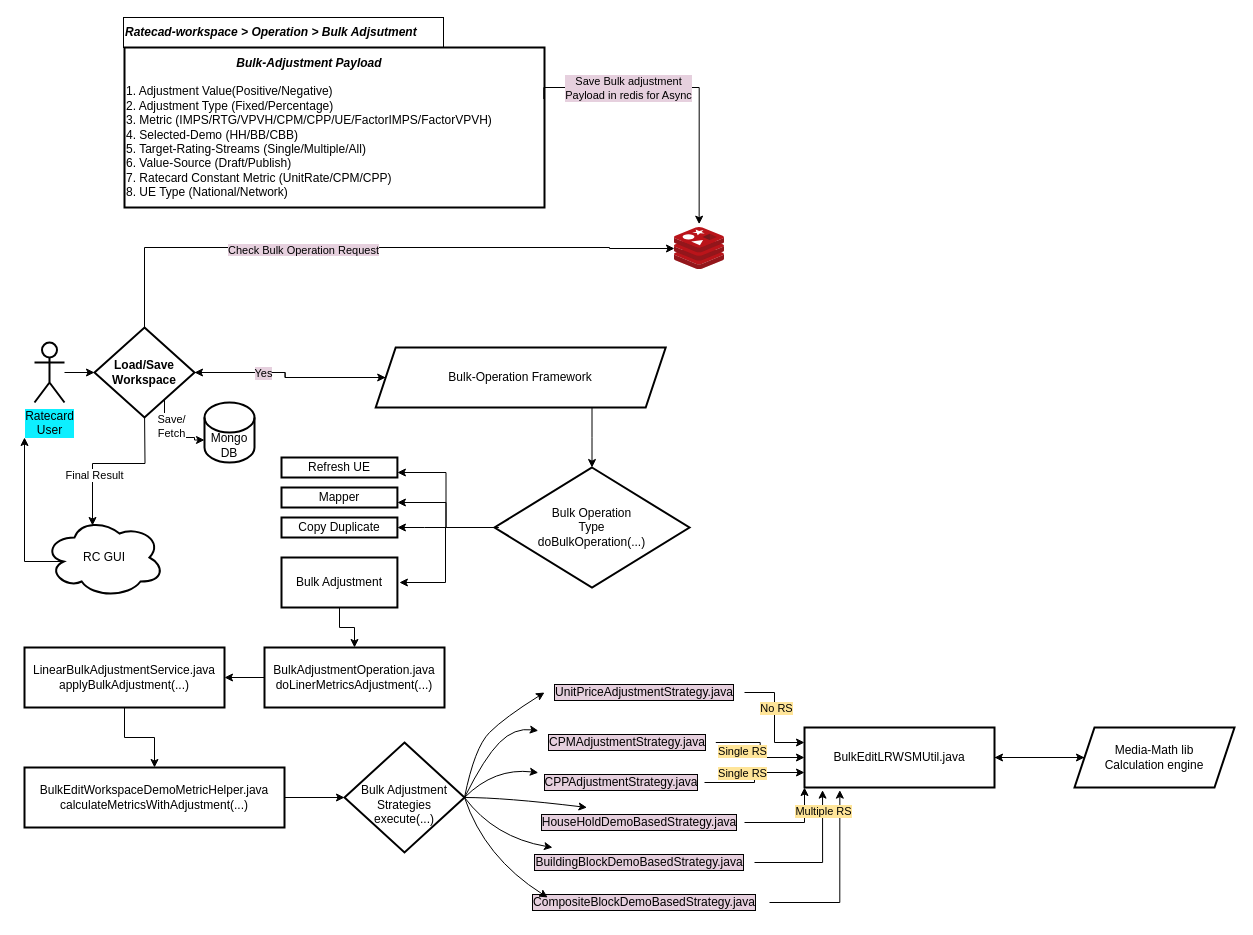
Before: BulkAdjustment.drawio in rishant/draw.io, a draw.io diagram. Source tidied: cells renumbered, new cells numbered last; positions are measured from the earlier drawing's top-left corner, leaving out a move shared by most shapes. Both pictures are drawn from the tidied source at 100%, with x=0, y=0 at pixel (24, 17).
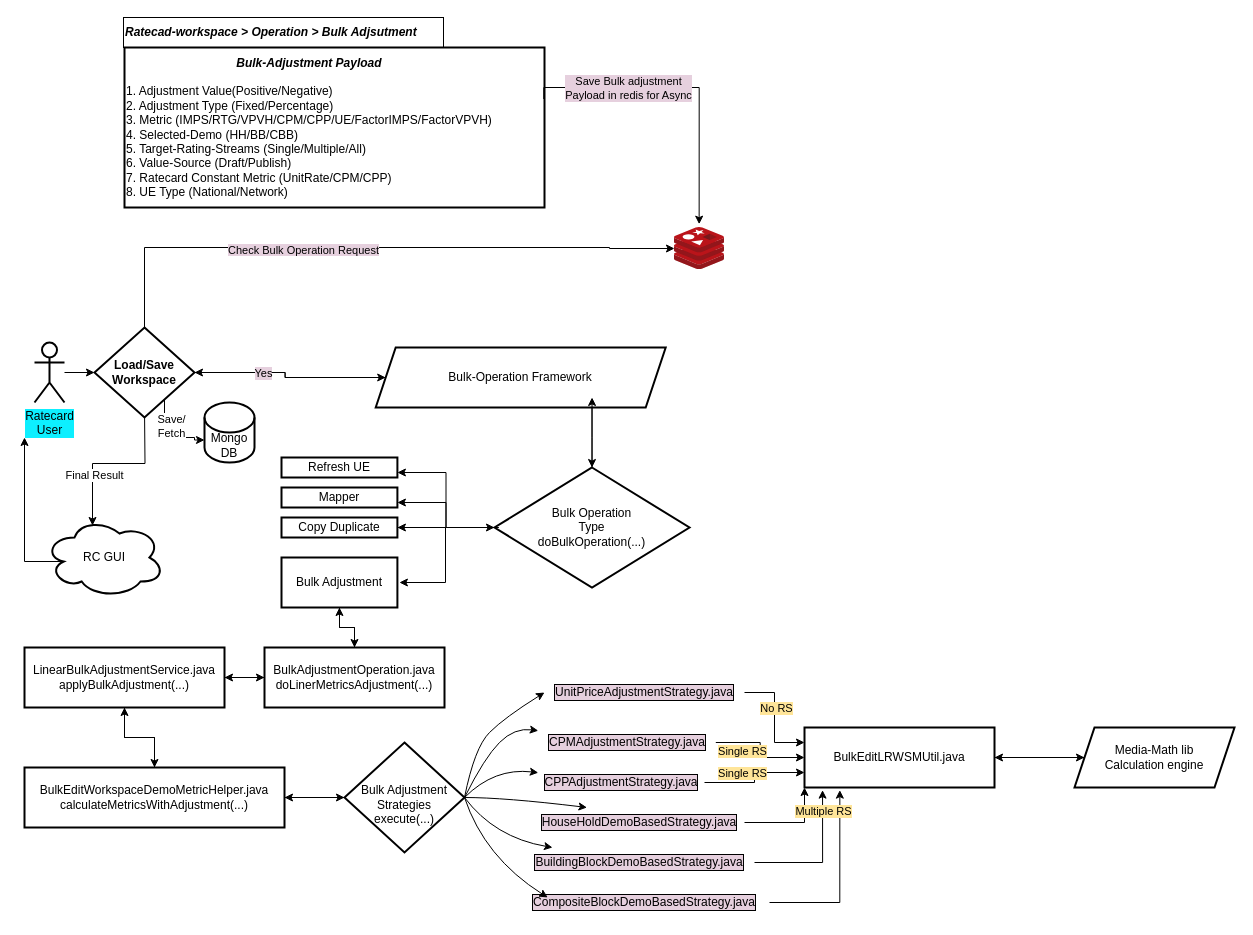
The same diagram, later.

The change refers to these unchanged cells:
```xml
<mxCell id="8" value="Bulk-Operation Framework" style="shape=parallelogram;perimeter=parallelogramPerimeter;whiteSpace=wrap;html=1;fixedSize=1;rounded=0;strokeColor=default;strokeWidth=2;" parent="1" vertex="1">
  <mxGeometry x="351.2" y="330" width="290" height="60" as="geometry" />
</mxCell>
<mxCell id="12" value="Bulk Operation&lt;br&gt;Type&lt;br&gt;doBulkOperation(...)" style="rhombus;whiteSpace=wrap;html=1;rounded=0;strokeColor=default;strokeWidth=2;" parent="1" vertex="1">
  <mxGeometry x="470" y="450" width="195" height="120" as="geometry" />
</mxCell>
<mxCell id="29" value="BulkAdjustmentOperation.java&lt;br&gt;doLinerMetricsAdjustment(...)" style="rounded=0;whiteSpace=wrap;html=1;labelBackgroundColor=none;strokeColor=default;strokeWidth=2;" parent="1" vertex="1">
  <mxGeometry x="240" y="630" width="180" height="60" as="geometry" />
</mxCell>
<mxCell id="31" value="LinearBulkAdjustmentService.java&lt;br&gt;applyBulkAdjustment(...)" style="rounded=0;whiteSpace=wrap;html=1;labelBackgroundColor=none;strokeColor=default;strokeWidth=2;" parent="1" vertex="1">
  <mxGeometry y="630" width="200" height="60" as="geometry" />
</mxCell>
<mxCell id="33" value="BulkEditWorkspaceDemoMetricHelper.java&lt;br&gt;calculateMetricsWithAdjustment(...)" style="rounded=0;whiteSpace=wrap;html=1;labelBackgroundColor=none;strokeColor=default;strokeWidth=2;" parent="1" vertex="1">
  <mxGeometry y="750" width="260" height="60" as="geometry" />
</mxCell>
<mxCell id="34" value="&lt;br&gt;Bulk Adjustment&lt;br&gt;Strategies&lt;br&gt;execute(...)" style="rhombus;whiteSpace=wrap;html=1;rounded=0;labelBackgroundColor=none;strokeColor=default;strokeWidth=2;" parent="1" vertex="1">
  <mxGeometry x="320" y="725" width="120" height="110" as="geometry" />
</mxCell>
<mxCell id="63" value="Copy Duplicate" style="rounded=0;whiteSpace=wrap;html=1;labelBackgroundColor=none;strokeColor=default;strokeWidth=2;" parent="59" vertex="1">
  <mxGeometry y="60" width="115.9" height="20" as="geometry" />
</mxCell>
<mxCell id="64" value="Bulk Adjustment" style="rounded=0;whiteSpace=wrap;html=1;labelBackgroundColor=none;strokeColor=default;strokeWidth=2;" parent="59" vertex="1">
  <mxGeometry y="100" width="115.9" height="50" as="geometry" />
</mxCell>
```

The edit, as a diff of the source:
```diff
@@
+    <mxCell id="68" style="edgeStyle=orthogonalEdgeStyle;rounded=0;jettySize=auto;html=1;entryX=0.746;entryY=0.833;entryDx=0;entryDy=0;entryPerimeter=0;labelBackgroundColor=#E6D0DE;" parent="1" edge="1" source="12" target="8">
+      <mxGeometry relative="1" as="geometry" />
+    </mxCell>
@@
+    <mxCell id="69" style="edgeStyle=orthogonalEdgeStyle;rounded=0;jettySize=auto;html=1;entryX=0.5;entryY=1;entryDx=0;entryDy=0;labelBackgroundColor=#E6D0DE;" parent="1" edge="1" source="29" target="64">
+      <mxGeometry relative="1" as="geometry" />
+    </mxCell>
@@
+    <mxCell id="70" style="edgeStyle=orthogonalEdgeStyle;rounded=0;jettySize=auto;html=1;entryX=0;entryY=0.5;entryDx=0;entryDy=0;labelBackgroundColor=#E6D0DE;" parent="1" edge="1" source="31" target="29">
+      <mxGeometry relative="1" as="geometry" />
+    </mxCell>
@@
+    <mxCell id="71" style="edgeStyle=orthogonalEdgeStyle;rounded=0;jettySize=auto;html=1;entryX=0.5;entryY=1;entryDx=0;entryDy=0;labelBackgroundColor=#E6D0DE;" parent="1" edge="1" source="33" target="31">
+      <mxGeometry relative="1" as="geometry" />
+    </mxCell>
@@
+    <mxCell id="72" style="edgeStyle=orthogonalEdgeStyle;rounded=0;jettySize=auto;html=1;entryX=1;entryY=0.5;entryDx=0;entryDy=0;labelBackgroundColor=#E6D0DE;" parent="1" edge="1" source="34" target="33">
+      <mxGeometry relative="1" as="geometry" />
+    </mxCell>
@@
+    <mxCell id="73" style="edgeStyle=orthogonalEdgeStyle;rounded=0;jettySize=auto;html=1;labelBackgroundColor=#E6D0DE;" parent="1" edge="1" source="63">
+      <mxGeometry relative="1" as="geometry">
+        <mxPoint x="470" y="510" as="targetPoint" />
+      </mxGeometry>
+    </mxCell>
```
